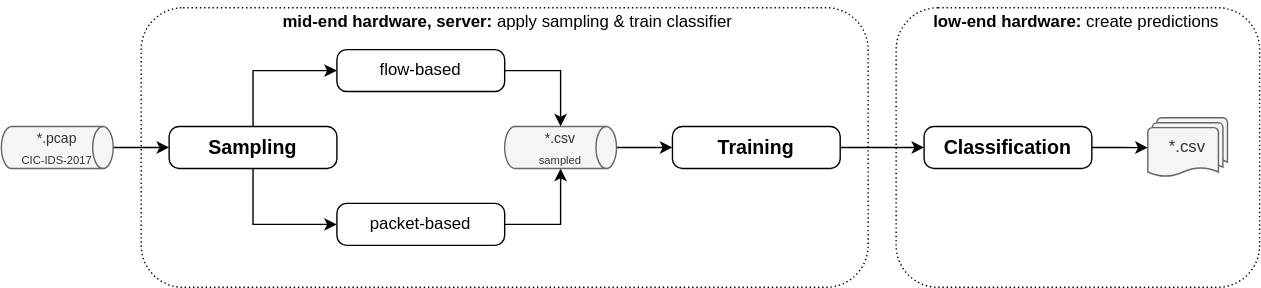
This is docs/images/SuperficialDiagram.svg from realnerdc0re/BSc-e1027075, a draw.io export, as it was before one commit. Source tidied: cells renumbered, new cells last; positions are measured from the earlier drawing's top-left corner, leaving out a move shared by most shapes.
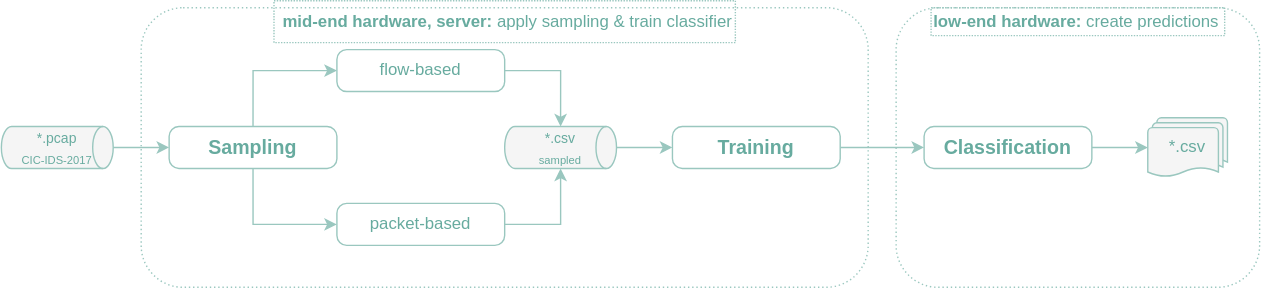
The same diagram one commit later.

What changed in the source:
```diff
@@ -2,64 +2,64 @@
   <root>
     <mxCell id="0" />
     <mxCell id="1" parent="0" />
-    <mxCell id="2" style="rounded=1;whiteSpace=wrap;html=1;dashed=1;labelBackgroundColor=none;strokeWidth=1;fontColor=#000000;fillColor=none;dashPattern=1 2;" parent="1" vertex="1">
+    <mxCell id="2" style="rounded=1;whiteSpace=wrap;html=1;dashed=1;labelBackgroundColor=none;strokeWidth=1;fontColor=#000000;fillColor=none;dashPattern=1 2;strokeColor=#9AC7BF;" parent="1" vertex="1">
       <mxGeometry x="640" y="5" width="260" height="200" as="geometry" />
     </mxCell>
-    <mxCell id="3" style="rounded=1;whiteSpace=wrap;html=1;dashed=1;labelBackgroundColor=none;strokeWidth=1;fontColor=#000000;fillColor=none;dashPattern=1 2;" parent="1" vertex="1">
+    <mxCell id="3" style="rounded=1;whiteSpace=wrap;html=1;dashed=1;labelBackgroundColor=none;strokeWidth=1;fontColor=#000000;fillColor=none;dashPattern=1 2;strokeColor=#9AC7BF;" parent="1" vertex="1">
       <mxGeometry x="100" y="5" width="520" height="200" as="geometry" />
     </mxCell>
-    <mxCell id="4" style="edgeStyle=orthogonalEdgeStyle;rounded=0;jettySize=auto;html=1;" parent="1" edge="1" source="5" target="8">
+    <mxCell id="4" style="edgeStyle=orthogonalEdgeStyle;rounded=0;jettySize=auto;html=1;strokeColor=#9AC7BF;" parent="1" edge="1" source="5" target="8">
       <mxGeometry relative="1" as="geometry" />
     </mxCell>
-    <mxCell id="5" value="&lt;font&gt;&lt;span style=&quot;font-size: 10px&quot;&gt;*.pcap&lt;/span&gt;&lt;br&gt;&lt;font style=&quot;font-size: 8px&quot;&gt;CIC-IDS-2017&lt;/font&gt;&lt;/font&gt;" style="strokeWidth=1;html=1;shape=mxgraph.flowchart.direct_data;whiteSpace=wrap;fillColor=#f5f5f5;strokeColor=#666666;fontColor=#333333;" parent="1" vertex="1">
+    <mxCell id="5" value="&lt;font&gt;&lt;span style=&quot;font-size: 10px&quot;&gt;*.pcap&lt;/span&gt;&lt;br&gt;&lt;font style=&quot;font-size: 8px&quot;&gt;CIC-IDS-2017&lt;/font&gt;&lt;/font&gt;" style="strokeWidth=1;html=1;shape=mxgraph.flowchart.direct_data;whiteSpace=wrap;fillColor=#f5f5f5;strokeColor=#9AC7BF;fontColor=#67AB9F;" parent="1" vertex="1">
       <mxGeometry y="90" width="80" height="30" as="geometry" />
     </mxCell>
-    <mxCell id="6" style="edgeStyle=orthogonalEdgeStyle;rounded=0;jettySize=auto;html=1;exitX=0.5;exitY=0;exitDx=0;exitDy=0;entryX=0;entryY=0.5;entryDx=0;entryDy=0;" parent="1" edge="1" source="8" target="10">
+    <mxCell id="6" style="edgeStyle=orthogonalEdgeStyle;rounded=0;jettySize=auto;html=1;exitX=0.5;exitY=0;exitDx=0;exitDy=0;entryX=0;entryY=0.5;entryDx=0;entryDy=0;strokeColor=#9AC7BF;" parent="1" edge="1" source="8" target="10">
       <mxGeometry relative="1" as="geometry" />
     </mxCell>
-    <mxCell id="7" style="edgeStyle=orthogonalEdgeStyle;rounded=0;jettySize=auto;html=1;exitX=0.5;exitY=1;exitDx=0;exitDy=0;entryX=0;entryY=0.5;entryDx=0;entryDy=0;" parent="1" edge="1" source="8" target="12">
+    <mxCell id="7" style="edgeStyle=orthogonalEdgeStyle;rounded=0;jettySize=auto;html=1;exitX=0.5;exitY=1;exitDx=0;exitDy=0;entryX=0;entryY=0.5;entryDx=0;entryDy=0;strokeColor=#9AC7BF;" parent="1" edge="1" source="8" target="12">
       <mxGeometry relative="1" as="geometry" />
     </mxCell>
-    <mxCell id="8" value="&lt;b style=&quot;font-size: 11px&quot;&gt;&lt;font style=&quot;font-size: 11px&quot;&gt;&lt;span style=&quot;font-size: 14px&quot;&gt;Sampling&lt;br&gt;&lt;/span&gt;&lt;/font&gt;&lt;/b&gt;" style="rounded=1;whiteSpace=wrap;html=1;absoluteArcSize=1;arcSize=14;strokeWidth=1;align=center;" parent="1" vertex="1">
+    <mxCell id="8" value="&lt;b style=&quot;font-size: 11px&quot;&gt;&lt;font style=&quot;font-size: 11px&quot;&gt;&lt;span style=&quot;font-size: 14px&quot;&gt;Sampling&lt;br&gt;&lt;/span&gt;&lt;/font&gt;&lt;/b&gt;" style="rounded=1;whiteSpace=wrap;html=1;absoluteArcSize=1;arcSize=14;strokeWidth=1;align=center;strokeColor=#9AC7BF;fontColor=#67AB9F;" parent="1" vertex="1">
       <mxGeometry x="120" y="90" width="120" height="30" as="geometry" />
     </mxCell>
-    <mxCell id="9" style="edgeStyle=orthogonalEdgeStyle;rounded=0;jettySize=auto;html=1;entryX=0.5;entryY=0;entryDx=0;entryDy=0;entryPerimeter=0;exitX=1;exitY=0.5;exitDx=0;exitDy=0;" parent="1" edge="1" source="10" target="14">
+    <mxCell id="9" style="edgeStyle=orthogonalEdgeStyle;rounded=0;jettySize=auto;html=1;entryX=0.5;entryY=0;entryDx=0;entryDy=0;entryPerimeter=0;exitX=1;exitY=0.5;exitDx=0;exitDy=0;strokeColor=#9AC7BF;" parent="1" edge="1" source="10" target="14">
       <mxGeometry relative="1" as="geometry" />
     </mxCell>
-    <mxCell id="10" value="&lt;span style=&quot;font-size: 12px;&quot;&gt;&lt;font style=&quot;font-size: 12px;&quot;&gt;&lt;span style=&quot;font-size: 12px;&quot;&gt;flow-based&lt;br style=&quot;font-size: 12px;&quot;&gt;&lt;/span&gt;&lt;/font&gt;&lt;/span&gt;" style="rounded=1;whiteSpace=wrap;html=1;absoluteArcSize=1;arcSize=14;strokeWidth=1;align=center;fontSize=12;fontStyle=0;" parent="1" vertex="1">
+    <mxCell id="10" value="&lt;span style=&quot;font-size: 12px;&quot;&gt;&lt;font style=&quot;font-size: 12px;&quot;&gt;&lt;span style=&quot;font-size: 12px;&quot;&gt;flow-based&lt;br style=&quot;font-size: 12px;&quot;&gt;&lt;/span&gt;&lt;/font&gt;&lt;/span&gt;" style="rounded=1;whiteSpace=wrap;html=1;absoluteArcSize=1;arcSize=14;strokeWidth=1;align=center;fontSize=12;fontStyle=0;strokeColor=#9AC7BF;fontColor=#67AB9F;" parent="1" vertex="1">
       <mxGeometry x="240" y="35" width="120" height="30" as="geometry" />
     </mxCell>
-    <mxCell id="11" style="edgeStyle=orthogonalEdgeStyle;rounded=0;jettySize=auto;html=1;entryX=0.5;entryY=1;entryDx=0;entryDy=0;entryPerimeter=0;exitX=1;exitY=0.5;exitDx=0;exitDy=0;" parent="1" edge="1" source="12" target="14">
+    <mxCell id="11" style="edgeStyle=orthogonalEdgeStyle;rounded=0;jettySize=auto;html=1;entryX=0.5;entryY=1;entryDx=0;entryDy=0;entryPerimeter=0;exitX=1;exitY=0.5;exitDx=0;exitDy=0;strokeColor=#9AC7BF;" parent="1" edge="1" source="12" target="14">
       <mxGeometry relative="1" as="geometry" />
     </mxCell>
-    <mxCell id="12" value="&lt;span style=&quot;font-size: 12px;&quot;&gt;&lt;font style=&quot;font-size: 12px;&quot;&gt;&lt;span style=&quot;font-size: 12px;&quot;&gt;packet-based&lt;br style=&quot;font-size: 12px;&quot;&gt;&lt;/span&gt;&lt;/font&gt;&lt;/span&gt;" style="rounded=1;whiteSpace=wrap;html=1;absoluteArcSize=1;arcSize=14;strokeWidth=1;align=center;fontSize=12;fontStyle=0;" parent="1" vertex="1">
+    <mxCell id="12" value="&lt;span style=&quot;font-size: 12px;&quot;&gt;&lt;font style=&quot;font-size: 12px;&quot;&gt;&lt;span style=&quot;font-size: 12px;&quot;&gt;packet-based&lt;br style=&quot;font-size: 12px;&quot;&gt;&lt;/span&gt;&lt;/font&gt;&lt;/span&gt;" style="rounded=1;whiteSpace=wrap;html=1;absoluteArcSize=1;arcSize=14;strokeWidth=1;align=center;fontSize=12;fontStyle=0;strokeColor=#9AC7BF;fontColor=#67AB9F;" parent="1" vertex="1">
       <mxGeometry x="240" y="145" width="120" height="30" as="geometry" />
     </mxCell>
-    <mxCell id="13" style="edgeStyle=orthogonalEdgeStyle;rounded=0;jettySize=auto;html=1;" parent="1" edge="1" source="14" target="16">
+    <mxCell id="13" style="edgeStyle=orthogonalEdgeStyle;rounded=0;jettySize=auto;html=1;strokeColor=#9AC7BF;" parent="1" edge="1" source="14" target="16">
       <mxGeometry relative="1" as="geometry" />
     </mxCell>
-    <mxCell id="14" value="&lt;font&gt;&lt;font style=&quot;font-size: 10px&quot;&gt;*.csv&lt;br&gt;&lt;/font&gt;&lt;font style=&quot;font-size: 8px&quot;&gt;sampled&lt;br&gt;&lt;/font&gt;&lt;/font&gt;" style="strokeWidth=1;html=1;shape=mxgraph.flowchart.direct_data;whiteSpace=wrap;fillColor=#f5f5f5;strokeColor=#666666;fontColor=#333333;" parent="1" vertex="1">
+    <mxCell id="14" value="&lt;font&gt;&lt;font style=&quot;font-size: 10px&quot;&gt;*.csv&lt;br&gt;&lt;/font&gt;&lt;font style=&quot;font-size: 8px&quot;&gt;sampled&lt;br&gt;&lt;/font&gt;&lt;/font&gt;" style="strokeWidth=1;html=1;shape=mxgraph.flowchart.direct_data;whiteSpace=wrap;fillColor=#f5f5f5;strokeColor=#9AC7BF;fontColor=#67AB9F;" parent="1" vertex="1">
       <mxGeometry x="360" y="90" width="80" height="30" as="geometry" />
     </mxCell>
-    <mxCell id="15" style="edgeStyle=orthogonalEdgeStyle;rounded=0;jettySize=auto;html=1;" parent="1" edge="1" source="16" target="18">
+    <mxCell id="15" style="edgeStyle=orthogonalEdgeStyle;rounded=0;jettySize=auto;html=1;strokeColor=#9AC7BF;" parent="1" edge="1" source="16" target="18">
       <mxGeometry relative="1" as="geometry" />
     </mxCell>
-    <mxCell id="16" value="&lt;b style=&quot;font-size: 11px&quot;&gt;&lt;font style=&quot;font-size: 11px&quot;&gt;&lt;span style=&quot;font-size: 14px&quot;&gt;Training&lt;br&gt;&lt;/span&gt;&lt;/font&gt;&lt;/b&gt;" style="rounded=1;whiteSpace=wrap;html=1;absoluteArcSize=1;arcSize=14;strokeWidth=1;align=center;" parent="1" vertex="1">
+    <mxCell id="16" value="&lt;b style=&quot;font-size: 11px&quot;&gt;&lt;font style=&quot;font-size: 11px&quot;&gt;&lt;span style=&quot;font-size: 14px&quot;&gt;Training&lt;br&gt;&lt;/span&gt;&lt;/font&gt;&lt;/b&gt;" style="rounded=1;whiteSpace=wrap;html=1;absoluteArcSize=1;arcSize=14;strokeWidth=1;align=center;strokeColor=#9AC7BF;fontColor=#67AB9F;" parent="1" vertex="1">
       <mxGeometry x="480" y="90" width="120" height="30" as="geometry" />
     </mxCell>
-    <mxCell id="17" style="edgeStyle=orthogonalEdgeStyle;rounded=0;jettySize=auto;html=1;" parent="1" edge="1" source="18" target="19">
+    <mxCell id="17" style="edgeStyle=orthogonalEdgeStyle;rounded=0;jettySize=auto;html=1;strokeColor=#9AC7BF;" parent="1" edge="1" source="18" target="19">
       <mxGeometry relative="1" as="geometry" />
     </mxCell>
-    <mxCell id="18" value="&lt;b style=&quot;font-size: 11px&quot;&gt;&lt;font style=&quot;font-size: 11px&quot;&gt;&lt;span style=&quot;font-size: 14px&quot;&gt;Classification&lt;br&gt;&lt;/span&gt;&lt;/font&gt;&lt;/b&gt;" style="rounded=1;whiteSpace=wrap;html=1;absoluteArcSize=1;arcSize=14;strokeWidth=1;align=center;" parent="1" vertex="1">
+    <mxCell id="18" value="&lt;b style=&quot;font-size: 11px&quot;&gt;&lt;font style=&quot;font-size: 11px&quot;&gt;&lt;span style=&quot;font-size: 14px&quot;&gt;Classification&lt;br&gt;&lt;/span&gt;&lt;/font&gt;&lt;/b&gt;" style="rounded=1;whiteSpace=wrap;html=1;absoluteArcSize=1;arcSize=14;strokeWidth=1;align=center;strokeColor=#9AC7BF;fontColor=#67AB9F;" parent="1" vertex="1">
       <mxGeometry x="660" y="90" width="120" height="30" as="geometry" />
     </mxCell>
-    <mxCell id="19" value="*.csv" style="strokeWidth=1;html=1;shape=mxgraph.flowchart.multi-document;whiteSpace=wrap;labelBackgroundColor=none;fillColor=#f5f5f5;strokeColor=#666666;fontColor=#333333;" parent="1" vertex="1">
+    <mxCell id="19" value="*.csv" style="strokeWidth=1;html=1;shape=mxgraph.flowchart.multi-document;whiteSpace=wrap;labelBackgroundColor=none;fillColor=#f5f5f5;strokeColor=#9AC7BF;fontColor=#67AB9F;" parent="1" vertex="1">
       <mxGeometry x="820" y="83.8" width="57" height="42.5" as="geometry" />
     </mxCell>
-    <mxCell id="20" value="&lt;b&gt;mid-end hardware, server:&amp;nbsp;&lt;/b&gt;apply sampling &amp;amp; train classifier" style="text;html=1;strokeColor=none;fillColor=none;align=right;verticalAlign=middle;whiteSpace=wrap;rounded=0;dashed=1;dashPattern=1 1;" parent="1" vertex="1">
+    <mxCell id="20" value="&lt;b&gt;mid-end hardware, server:&amp;nbsp;&lt;/b&gt;apply sampling &amp;amp; train classifier" style="text;html=1;fillColor=none;align=right;verticalAlign=middle;whiteSpace=wrap;rounded=0;dashed=1;dashPattern=1 1;strokeColor=#9AC7BF;fontColor=#67AB9F;" parent="1" vertex="1">
       <mxGeometry x="195" width="330" height="30" as="geometry" />
     </mxCell>
-    <mxCell id="21" value="&lt;b&gt;low-end hardware:&amp;nbsp;&lt;/b&gt;create predictions" style="text;html=1;strokeColor=none;fillColor=none;align=left;verticalAlign=middle;whiteSpace=wrap;rounded=0;dashed=1;dashPattern=1 1;" parent="1" vertex="1">
+    <mxCell id="21" value="&lt;b&gt;low-end hardware:&amp;nbsp;&lt;/b&gt;create predictions" style="text;html=1;fillColor=none;align=left;verticalAlign=middle;whiteSpace=wrap;rounded=0;dashed=1;dashPattern=1 1;strokeColor=#9AC7BF;fontColor=#67AB9F;" parent="1" vertex="1">
       <mxGeometry x="665" y="5" width="210" height="20" as="geometry" />
     </mxCell>
   </root>
```
